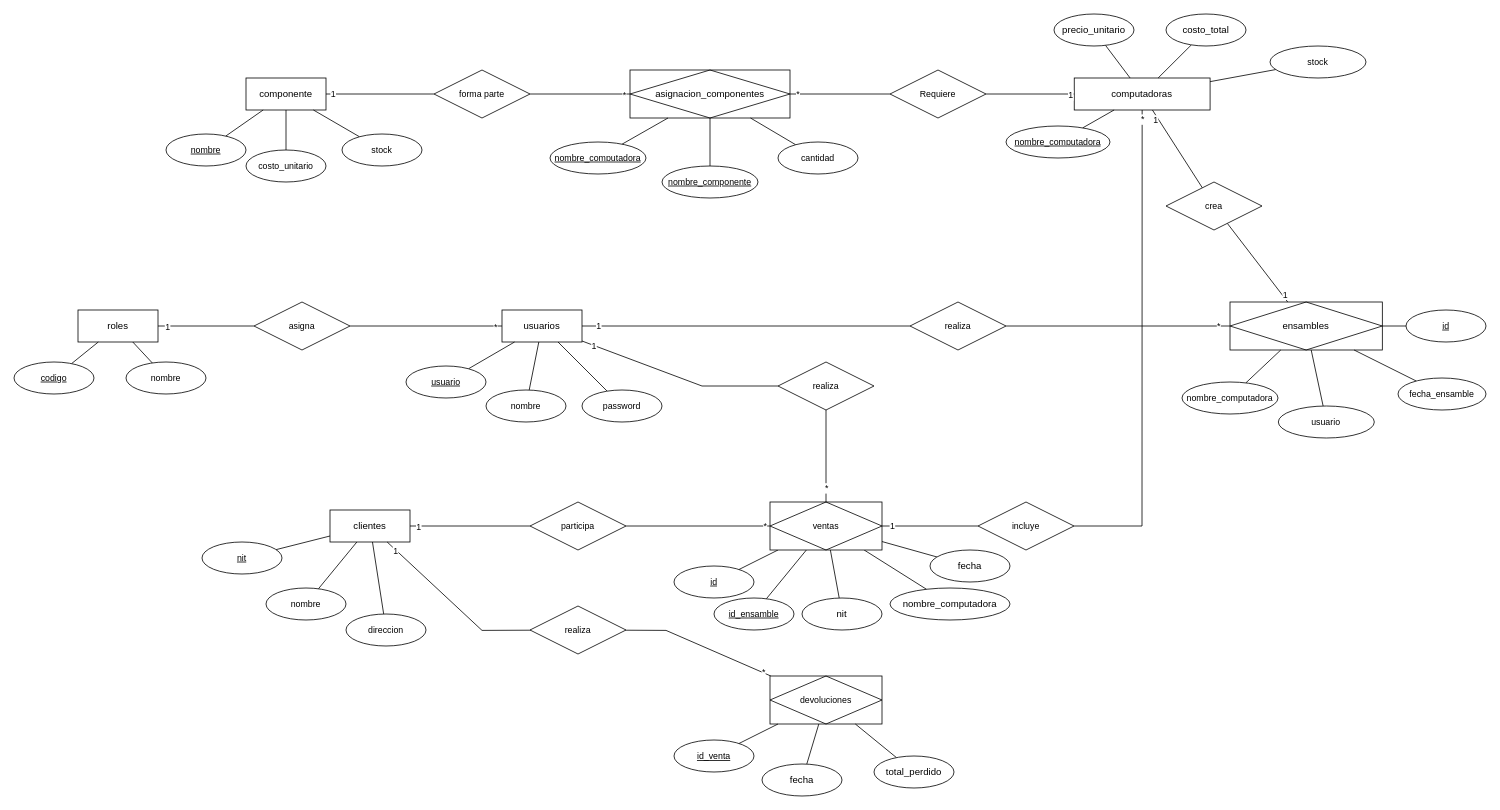
Before: page "ER" (2 of 2) of Documentación/La Computadora Feliz IPC2 1S 2025.drawio in Emahch/Proyecto-1-IPC2-S2-2025, a draw.io diagram. Source tidied: cells renumbered, new cells numbered last; positions are measured from the earlier drawing's top-left corner, leaving out a move shared by most shapes. Both pictures are drawn from the tidied source at 80%, with x=0, y=0 at pixel (14, 14).
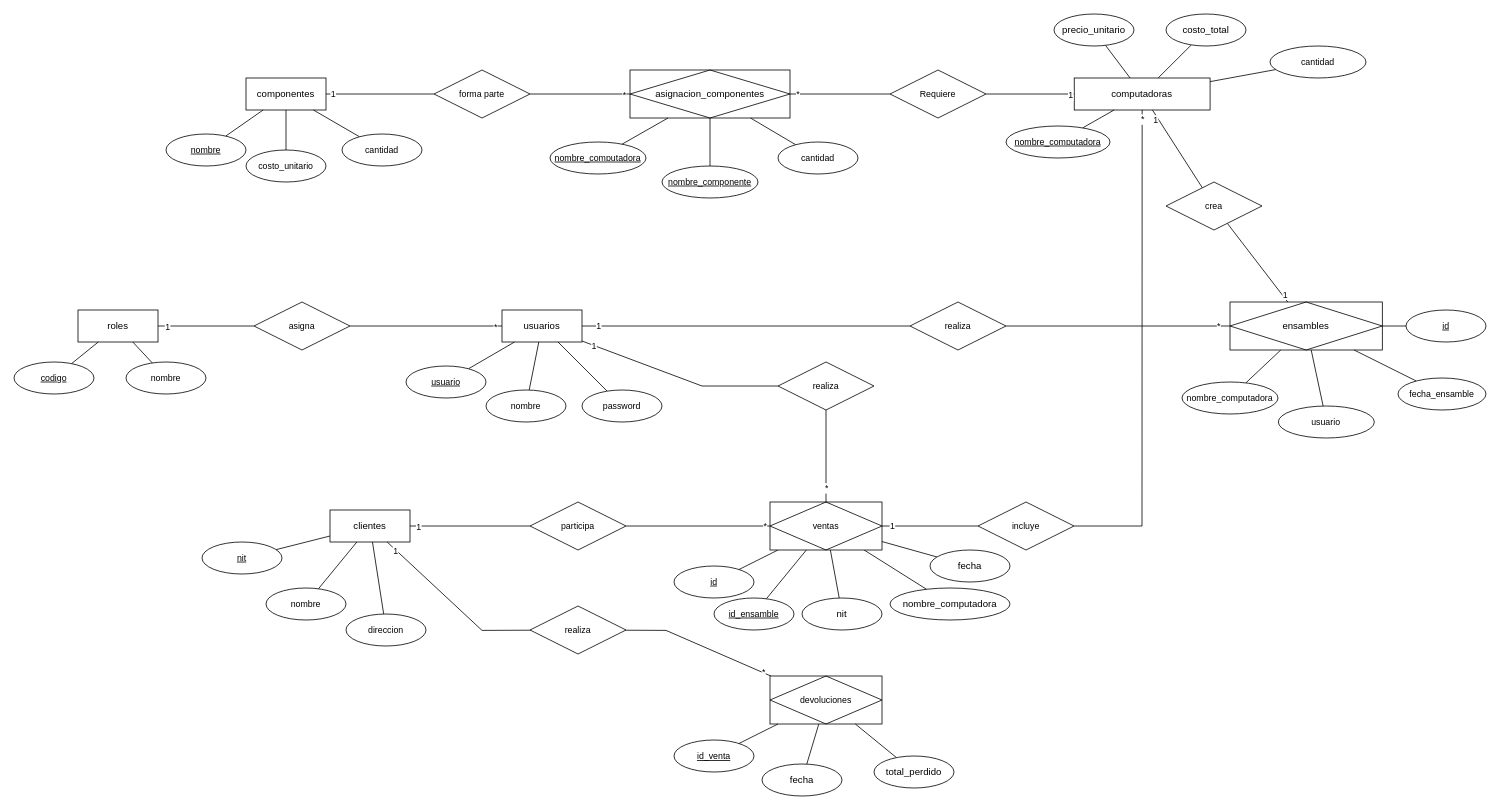
The same diagram, later.

Commit message:
rename some atributes ER diagram

Diff of the diagram source:
```diff
@@
-    <mxCell id="2" value="componente" style="whiteSpace=wrap;html=1;align=center;" parent="1" vertex="1">
+    <mxCell id="2" value="componentes" style="whiteSpace=wrap;html=1;align=center;" parent="1" vertex="1">
       <mxGeometry x="290" y="80" width="100" height="40" as="geometry" />
     </mxCell>
@@
-    <mxCell id="11" value="stock" style="ellipse;whiteSpace=wrap;html=1;align=center;fontFamily=Helvetica;fontSize=11;fontColor=default;labelBackgroundColor=default;" parent="1" vertex="1">
+    <mxCell id="11" value="cantidad" style="ellipse;whiteSpace=wrap;html=1;align=center;fontFamily=Helvetica;fontSize=11;fontColor=default;labelBackgroundColor=default;" parent="1" vertex="1">
       <mxGeometry x="410" y="150" width="100" height="40" as="geometry" />
     </mxCell>
@@
-    <mxCell id="110" value="stock" style="ellipse;whiteSpace=wrap;html=1;align=center;fontFamily=Helvetica;fontSize=11;fontColor=default;labelBackgroundColor=default;" parent="1" vertex="1">
+    <mxCell id="110" value="cantidad" style="ellipse;whiteSpace=wrap;html=1;align=center;fontFamily=Helvetica;fontSize=11;fontColor=default;labelBackgroundColor=default;" parent="1" vertex="1">
       <mxGeometry x="1570" y="40" width="120" height="40" as="geometry" />
     </mxCell>
```
